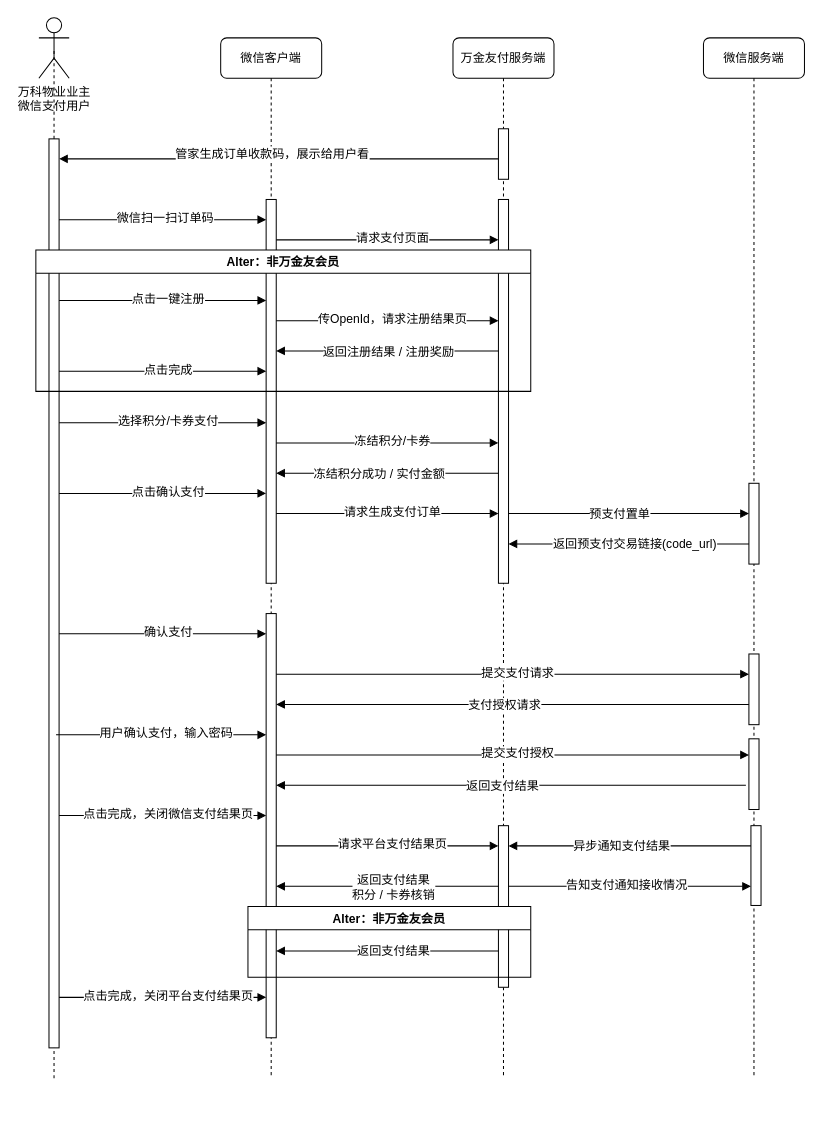
Before: page "场景4-客户扫物业收款码支付" (4 of 4) of Member_Marketing_20191203.drawio in firefirefirewood/Hello-World, a draw.io diagram. Source tidied: cells renumbered, new cells numbered last; positions are measured from the earlier drawing's top-left corner, leaving out a move shared by most shapes. Both pictures are drawn from the tidied source at 101%, with x=0, y=0 at pixel (35, 17).
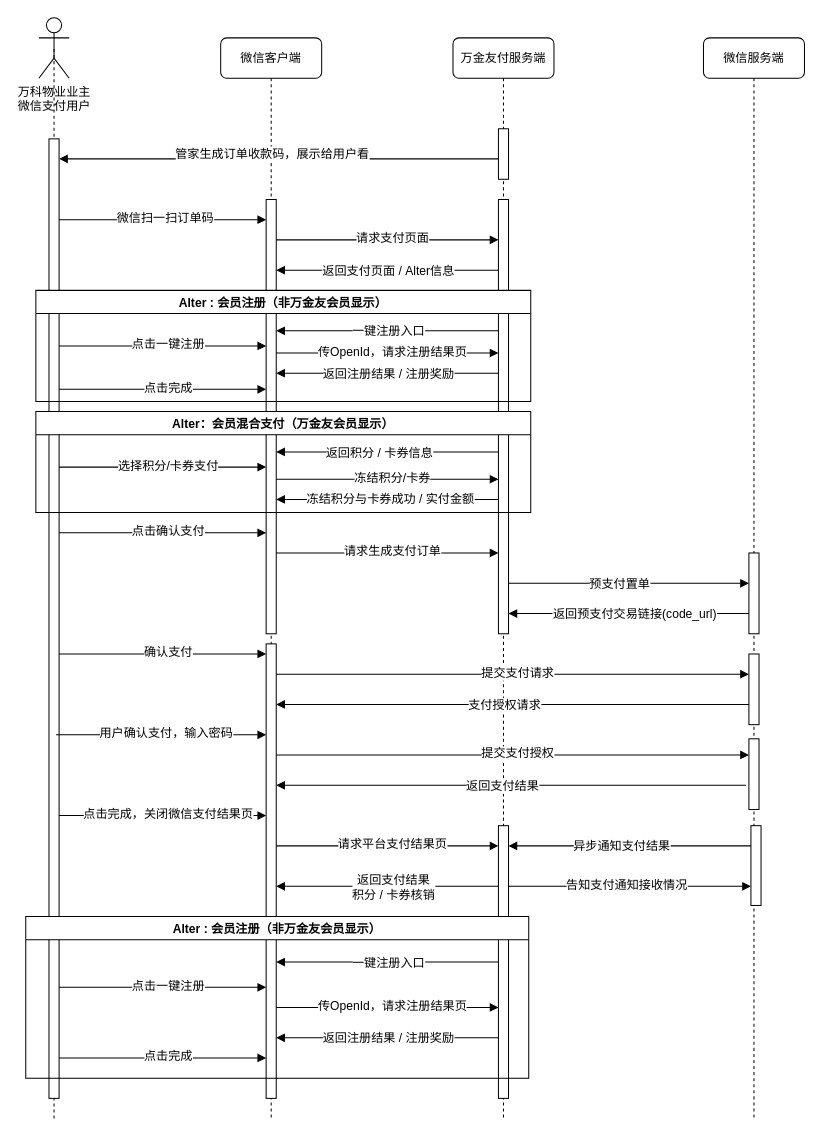
Above is the later version.

Unchanged cells that the change refers to:
```xml
<mxCell id="18" value="万科物业业主&lt;br&gt;微信支付用户" style="shape=umlActor;verticalLabelPosition=bottom;labelBackgroundColor=#ffffff;verticalAlign=top;html=1;outlineConnect=0;" parent="1" vertex="1">
  <mxGeometry x="3" width="30" height="60" as="geometry" />
</mxCell>
```

What changed in the source:
```diff
@@
     <mxCell id="2" value="万金友付服务端" style="shape=umlLifeline;perimeter=lifelinePerimeter;whiteSpace=wrap;html=1;rounded=1;shadow=0;comic=0;labelBackgroundColor=none;strokeWidth=1;fontFamily=Verdana;fontSize=12;align=center;" parent="1" vertex="1">
-      <mxGeometry x="413" y="20" width="100" height="1030" as="geometry" />
+      <mxGeometry x="413" y="20" width="100" height="1070" as="geometry" />
     </mxCell>
@@
     <mxCell id="4" style="html=1;points=[];perimeter=orthogonalPerimeter;rounded=0;shadow=0;comic=0;labelBackgroundColor=none;strokeWidth=1;fontFamily=Verdana;fontSize=12;align=center;" parent="2" vertex="1">
-      <mxGeometry x="45" y="160" width="10" height="380" as="geometry" />
+      <mxGeometry x="45" y="160" width="10" height="430" as="geometry" />
     </mxCell>
     <mxCell id="5" style="html=1;points=[];perimeter=orthogonalPerimeter;rounded=0;shadow=0;comic=0;labelBackgroundColor=none;strokeWidth=1;fontFamily=Verdana;fontSize=12;align=center;" parent="2" vertex="1">
-      <mxGeometry x="45" y="780" width="10" height="160" as="geometry" />
+      <mxGeometry x="45" y="780" width="10" height="270" as="geometry" />
     </mxCell>
     <mxCell id="6" value="微信服务端" style="shape=umlLifeline;perimeter=lifelinePerimeter;whiteSpace=wrap;html=1;rounded=1;shadow=0;comic=0;labelBackgroundColor=none;strokeWidth=1;fontFamily=Verdana;fontSize=12;align=center;" parent="1" vertex="1">
-      <mxGeometry x="661" y="20" width="100" height="1030" as="geometry" />
+      <mxGeometry x="661" y="20" width="100" height="1070" as="geometry" />
     </mxCell>
@@
     <mxCell id="10" style="html=1;points=[];perimeter=orthogonalPerimeter;rounded=0;shadow=0;comic=0;labelBackgroundColor=none;strokeWidth=1;fontFamily=Verdana;fontSize=12;align=center;" parent="6" vertex="1">
-      <mxGeometry x="45" y="441" width="10" height="80" as="geometry" />
+      <mxGeometry x="45" y="510" width="10" height="80" as="geometry" />
     </mxCell>
     <mxCell id="11" value="微信客户端" style="shape=umlLifeline;perimeter=lifelinePerimeter;whiteSpace=wrap;html=1;rounded=1;shadow=0;comic=0;labelBackgroundColor=none;strokeWidth=1;fontFamily=Verdana;fontSize=12;align=center;" parent="1" vertex="1">
-      <mxGeometry x="183" y="20" width="100" height="1030" as="geometry" />
+      <mxGeometry x="183" y="20" width="100" height="1070" as="geometry" />
     </mxCell>
     <mxCell id="12" style="html=1;points=[];perimeter=orthogonalPerimeter;rounded=0;shadow=0;comic=0;labelBackgroundColor=none;strokeWidth=1;fontFamily=Verdana;fontSize=12;align=center;" parent="11" vertex="1">
-      <mxGeometry x="45" y="160" width="10" height="380" as="geometry" />
+      <mxGeometry x="45" y="160" width="10" height="430" as="geometry" />
     </mxCell>
     <mxCell id="13" style="html=1;points=[];perimeter=orthogonalPerimeter;rounded=0;shadow=0;comic=0;labelBackgroundColor=none;strokeWidth=1;fontFamily=Verdana;fontSize=12;align=center;" parent="11" vertex="1">
-      <mxGeometry x="45" y="570" width="10" height="420" as="geometry" />
+      <mxGeometry x="45" y="600" width="10" height="450" as="geometry" />
     </mxCell>
@@
     <mxCell id="19" style="endArrow=none;dashed=1;html=1;strokeColor=#000000;entryX=0.5;entryY=0.5;entryDx=0;entryDy=0;entryPerimeter=0;" parent="1" edge="1" target="18">
       <mxGeometry relative="1" as="geometry">
-        <mxPoint x="18" y="1050" as="sourcePoint" />
+        <mxPoint x="18" y="1090" as="sourcePoint" />
       </mxGeometry>
     </mxCell>
     <mxCell id="20" style="html=1;points=[];perimeter=orthogonalPerimeter;rounded=0;shadow=0;comic=0;labelBackgroundColor=none;strokeWidth=1;fontFamily=Verdana;fontSize=12;align=center;" parent="1" vertex="1">
-      <mxGeometry x="13" y="120" width="10" height="900" as="geometry" />
+      <mxGeometry x="13" y="120" width="10" height="950" as="geometry" />
     </mxCell>
-    <mxCell id="21" style="html=1;verticalAlign=bottom;endArrow=block;labelBackgroundColor=none;fontFamily=Verdana;fontSize=12;elbow=vertical;" parent="1" edge="1">
-      <mxGeometry relative="1" as="geometry">
-        <mxPoint x="238" y="421" as="sourcePoint" />
-        <mxPoint x="458" y="421" as="targetPoint" />
-        <Array as="points">
-          <mxPoint x="420" y="421" />
-        </Array>
-      </mxGeometry>
-    </mxCell>
-    <mxCell id="22" value="冻结积分/卡券" style="text;html=1;align=center;verticalAlign=middle;labelBackgroundColor=#ffffff;" parent="21" vertex="1">
-      <mxGeometry y="-10" relative="1" as="geometry">
-        <mxPoint x="4.5" y="-12" as="offset" />
-      </mxGeometry>
-    </mxCell>
-    <mxCell id="23" style="html=1;verticalAlign=bottom;endArrow=block;labelBackgroundColor=none;fontFamily=Verdana;fontSize=12;elbow=vertical;" parent="1" edge="1">
-      <mxGeometry relative="1" as="geometry">
-        <mxPoint x="458" y="451" as="sourcePoint" />
-        <mxPoint x="238" y="451" as="targetPoint" />
-        <Array as="points">
-          <mxPoint x="260" y="451" />
-        </Array>
-      </mxGeometry>
-    </mxCell>
-    <mxCell id="24" value="冻结积分成功 /&amp;nbsp;实付金额" style="text;html=1;align=center;verticalAlign=middle;labelBackgroundColor=#ffffff;" parent="23" vertex="1">
-      <mxGeometry y="-10" relative="1" as="geometry">
-        <mxPoint x="-9" y="10" as="offset" />
-      </mxGeometry>
-    </mxCell>
     <mxCell id="25" style="html=1;verticalAlign=bottom;endArrow=block;labelBackgroundColor=none;fontFamily=Verdana;fontSize=12;elbow=vertical;" parent="1" edge="1">
       <mxGeometry relative="1" as="geometry">
-        <mxPoint x="468" y="491" as="sourcePoint" />
-        <mxPoint x="706" y="491" as="targetPoint" />
+        <mxPoint x="468" y="560" as="sourcePoint" />
+        <mxPoint x="706" y="560" as="targetPoint" />
         <Array as="points">
-          <mxPoint x="640" y="491" />
+          <mxPoint x="640" y="560" />
         </Array>
       </mxGeometry>
     </mxCell>
@@
     <mxCell id="27" style="html=1;verticalAlign=bottom;endArrow=block;labelBackgroundColor=none;fontFamily=Verdana;fontSize=12;elbow=vertical;" parent="1" edge="1" source="10">
       <mxGeometry relative="1" as="geometry">
-        <mxPoint x="468" y="521" as="targetPoint" />
+        <mxPoint x="468" y="590" as="targetPoint" />
       </mxGeometry>
     </mxCell>
@@
-    <mxCell id="49" style="html=1;verticalAlign=bottom;endArrow=block;labelBackgroundColor=none;fontFamily=Verdana;fontSize=12;elbow=vertical;" parent="1" edge="1">
-      <mxGeometry relative="1" as="geometry">
-        <mxPoint x="23" y="970" as="sourcePoint" />
-        <mxPoint x="228" y="970" as="targetPoint" />
-      </mxGeometry>
-    </mxCell>
-    <mxCell id="50" value="点击完成，关闭平台支付结果页" style="text;html=1;align=center;verticalAlign=middle;labelBackgroundColor=#ffffff;" parent="49" vertex="1">
-      <mxGeometry y="-10" relative="1" as="geometry">
-        <mxPoint x="4.5" y="-12" as="offset" />
-      </mxGeometry>
-    </mxCell>
-    <mxCell id="51" style="html=1;verticalAlign=bottom;endArrow=block;labelBackgroundColor=none;fontFamily=Verdana;fontSize=12;elbow=vertical;" parent="1" edge="1">
-      <mxGeometry relative="1" as="geometry">
-        <mxPoint x="23" y="401" as="sourcePoint" />
-        <mxPoint x="228" y="401" as="targetPoint" />
-        <Array as="points">
-          <mxPoint x="80" y="401" />
-        </Array>
-      </mxGeometry>
-    </mxCell>
-    <mxCell id="52" value="选择积分/卡券支付" style="text;html=1;align=center;verticalAlign=middle;labelBackgroundColor=#ffffff;" parent="51" vertex="1">
-      <mxGeometry y="-10" relative="1" as="geometry">
-        <mxPoint x="4.5" y="-12" as="offset" />
-      </mxGeometry>
-    </mxCell>
@@
-    <mxCell id="55" style="html=1;verticalAlign=bottom;endArrow=block;labelBackgroundColor=none;fontFamily=Verdana;fontSize=12;elbow=vertical;" parent="1" edge="1" target="13">
+    <mxCell id="55" style="html=1;verticalAlign=bottom;endArrow=block;labelBackgroundColor=none;fontFamily=Verdana;fontSize=12;elbow=vertical;" parent="1" edge="1">
       <mxGeometry relative="1" as="geometry">
-        <mxPoint x="23" y="610" as="sourcePoint" />
-        <Array as="points">
-          <mxPoint x="180" y="610" />
-        </Array>
+        <mxPoint x="23" y="630" as="sourcePoint" />
+        <mxPoint x="228" y="630" as="targetPoint" />
       </mxGeometry>
     </mxCell>
@@
     <mxCell id="57" style="html=1;verticalAlign=bottom;endArrow=block;labelBackgroundColor=none;fontFamily=Verdana;fontSize=12;elbow=vertical;" parent="1" edge="1">
       <mxGeometry relative="1" as="geometry">
-        <mxPoint x="23" y="471" as="sourcePoint" />
-        <mxPoint x="228" y="471" as="targetPoint" />
+        <mxPoint x="23" y="510" as="sourcePoint" />
+        <mxPoint x="228" y="510" as="targetPoint" />
         <Array as="points">
-          <mxPoint x="180" y="471" />
+          <mxPoint x="180" y="510" />
         </Array>
       </mxGeometry>
     </mxCell>
@@
     <mxCell id="59" style="html=1;verticalAlign=bottom;endArrow=block;labelBackgroundColor=none;fontFamily=Verdana;fontSize=12;elbow=vertical;" parent="1" edge="1">
       <mxGeometry relative="1" as="geometry">
-        <mxPoint x="238" y="491" as="sourcePoint" />
-        <mxPoint x="458" y="491" as="targetPoint" />
+        <mxPoint x="238" y="530" as="sourcePoint" />
+        <mxPoint x="458" y="530" as="targetPoint" />
       </mxGeometry>
     </mxCell>
@@
-    <mxCell id="61" value="Alter：非万金友会员" style="swimlane;" parent="1" vertex="1">
-      <mxGeometry y="230" width="490" height="140" as="geometry" />
+    <mxCell id="61" value="Alter : 会员注册（非万金友会员显示）" style="swimlane;" parent="1" vertex="1">
+      <mxGeometry y="270" width="490" height="110" as="geometry" />
     </mxCell>
+    <mxCell id="66" style="html=1;verticalAlign=bottom;endArrow=block;labelBackgroundColor=none;fontFamily=Verdana;fontSize=12;elbow=vertical;" parent="61" edge="1">
+      <mxGeometry relative="1" as="geometry">
+        <mxPoint x="458" y="82" as="sourcePoint" />
+        <mxPoint x="238" y="82" as="targetPoint" />
+        <Array as="points">
+          <mxPoint x="270" y="82" />
+        </Array>
+      </mxGeometry>
+    </mxCell>
+    <mxCell id="67" value="返回注册结果 /&amp;nbsp;注册奖励" style="text;html=1;align=center;verticalAlign=middle;labelBackgroundColor=#ffffff;" parent="66" vertex="1">
+      <mxGeometry y="-10" relative="1" as="geometry">
+        <mxPoint y="10" as="offset" />
+      </mxGeometry>
+    </mxCell>
+    <mxCell id="68" style="html=1;verticalAlign=bottom;endArrow=block;labelBackgroundColor=none;fontFamily=Verdana;fontSize=12;elbow=vertical;" parent="61" edge="1">
+      <mxGeometry relative="1" as="geometry">
+        <mxPoint x="23" y="98" as="sourcePoint" />
+        <mxPoint x="228" y="98" as="targetPoint" />
+        <Array as="points">
+          <mxPoint x="190" y="98" />
+        </Array>
+      </mxGeometry>
+    </mxCell>
+    <mxCell id="69" value="点击完成" style="text;html=1;align=center;verticalAlign=middle;labelBackgroundColor=#ffffff;" parent="68" vertex="1">
+      <mxGeometry y="-10" relative="1" as="geometry">
+        <mxPoint x="4.5" y="-12" as="offset" />
+      </mxGeometry>
+    </mxCell>
+    <mxCell id="73" style="html=1;verticalAlign=bottom;endArrow=block;labelBackgroundColor=none;fontFamily=Verdana;fontSize=12;elbow=vertical;" parent="61" edge="1">
+      <mxGeometry relative="1" as="geometry">
+        <mxPoint x="458" y="40" as="sourcePoint" />
+        <mxPoint x="238" y="40" as="targetPoint" />
+        <Array as="points">
+          <mxPoint x="270" y="40" />
+        </Array>
+      </mxGeometry>
+    </mxCell>
+    <mxCell id="74" value="一键注册入口" style="text;html=1;align=center;verticalAlign=middle;labelBackgroundColor=#ffffff;" parent="73" vertex="1">
+      <mxGeometry y="-10" relative="1" as="geometry">
+        <mxPoint y="10" as="offset" />
+      </mxGeometry>
+    </mxCell>
-    <mxCell id="62" style="html=1;verticalAlign=bottom;endArrow=block;labelBackgroundColor=none;fontFamily=Verdana;fontSize=12;elbow=vertical;" parent="1" edge="1" source="20" target="12">
+    <mxCell id="62" style="html=1;verticalAlign=bottom;endArrow=block;labelBackgroundColor=none;fontFamily=Verdana;fontSize=12;elbow=vertical;" parent="1" edge="1">
       <mxGeometry relative="1" as="geometry">
+        <mxPoint x="23" y="325" as="sourcePoint" />
+        <mxPoint x="228" y="325" as="targetPoint" />
         <Array as="points">
-          <mxPoint x="200" y="280" />
+          <mxPoint x="200" y="325" />
         </Array>
       </mxGeometry>
     </mxCell>
@@
-    <mxCell id="64" style="html=1;verticalAlign=bottom;endArrow=block;labelBackgroundColor=none;fontFamily=Verdana;fontSize=12;elbow=vertical;" parent="1" edge="1" source="12" target="4">
+    <mxCell id="64" style="html=1;verticalAlign=bottom;endArrow=block;labelBackgroundColor=none;fontFamily=Verdana;fontSize=12;elbow=vertical;" parent="1" edge="1">
       <mxGeometry relative="1" as="geometry">
+        <mxPoint x="238" y="332" as="sourcePoint" />
+        <mxPoint x="458" y="332" as="targetPoint" />
         <Array as="points">
-          <mxPoint x="260" y="300" />
+          <mxPoint x="260" y="332" />
         </Array>
       </mxGeometry>
     </mxCell>
@@
-    <mxCell id="66" style="html=1;verticalAlign=bottom;endArrow=block;labelBackgroundColor=none;fontFamily=Verdana;fontSize=12;elbow=vertical;" parent="1" edge="1" source="4" target="12">
-      <mxGeometry relative="1" as="geometry">
-        <Array as="points">
-          <mxPoint x="270" y="330" />
-        </Array>
-      </mxGeometry>
-    </mxCell>
-    <mxCell id="67" value="返回注册结果 /&amp;nbsp;注册奖励" style="text;html=1;align=center;verticalAlign=middle;labelBackgroundColor=#ffffff;" parent="66" vertex="1">
-      <mxGeometry y="-10" relative="1" as="geometry">
-        <mxPoint y="10" as="offset" />
-      </mxGeometry>
-    </mxCell>
-    <mxCell id="68" style="html=1;verticalAlign=bottom;endArrow=block;labelBackgroundColor=none;fontFamily=Verdana;fontSize=12;elbow=vertical;" parent="1" edge="1" source="20" target="12">
-      <mxGeometry relative="1" as="geometry">
-        <Array as="points">
-          <mxPoint x="190" y="350" />
-        </Array>
-      </mxGeometry>
-    </mxCell>
-    <mxCell id="69" value="点击完成" style="text;html=1;align=center;verticalAlign=middle;labelBackgroundColor=#ffffff;" parent="68" vertex="1">
-      <mxGeometry y="-10" relative="1" as="geometry">
-        <mxPoint x="4.5" y="-12" as="offset" />
-      </mxGeometry>
-    </mxCell>
-    <mxCell id="70" value="Alter：非万金友会员" style="swimlane;" parent="1" vertex="1">
-      <mxGeometry x="210" y="880" width="280" height="70" as="geometry" />
-    </mxCell>
-    <mxCell id="71" style="html=1;verticalAlign=bottom;endArrow=block;labelBackgroundColor=none;fontFamily=Verdana;fontSize=12;elbow=vertical;" parent="70" edge="1">
-      <mxGeometry relative="1" as="geometry">
-        <mxPoint x="248" y="44" as="sourcePoint" />
-        <mxPoint x="28" y="44" as="targetPoint" />
-        <Array as="points">
-          <mxPoint x="220" y="44" />
-        </Array>
-      </mxGeometry>
-    </mxCell>
-    <mxCell id="72" value="返回支付结果" style="text;html=1;align=center;verticalAlign=middle;labelBackgroundColor=#ffffff;" parent="71" vertex="1">
-      <mxGeometry y="-10" relative="1" as="geometry">
-        <mxPoint x="5.5" y="10" as="offset" />
-      </mxGeometry>
-    </mxCell>
+    <mxCell id="75" style="html=1;verticalAlign=bottom;endArrow=block;labelBackgroundColor=none;fontFamily=Verdana;fontSize=12;elbow=vertical;" parent="1" edge="1" source="5" target="13">
+      <mxGeometry relative="1" as="geometry" />
+    </mxCell>
+    <mxCell id="76" value="一键注册入口" style="text;html=1;align=center;verticalAlign=middle;labelBackgroundColor=#ffffff;" parent="75" vertex="1">
+      <mxGeometry y="-10" relative="1" as="geometry">
+        <mxPoint y="10" as="offset" />
+      </mxGeometry>
+    </mxCell>
+    <mxCell id="77" style="html=1;verticalAlign=bottom;endArrow=block;labelBackgroundColor=none;fontFamily=Verdana;fontSize=12;elbow=vertical;" parent="1" edge="1" source="13" target="5">
+      <mxGeometry relative="1" as="geometry">
+        <Array as="points">
+          <mxPoint x="430" y="980" />
+        </Array>
+      </mxGeometry>
+    </mxCell>
+    <mxCell id="78" value="传OpenId，请求注册结果页" style="text;html=1;align=center;verticalAlign=middle;labelBackgroundColor=#ffffff;" parent="77" vertex="1">
+      <mxGeometry y="-10" relative="1" as="geometry">
+        <mxPoint x="4.5" y="-12" as="offset" />
+      </mxGeometry>
+    </mxCell>
+    <mxCell id="79" style="html=1;verticalAlign=bottom;endArrow=block;labelBackgroundColor=none;fontFamily=Verdana;fontSize=12;elbow=vertical;" parent="1" edge="1" source="5" target="13">
+      <mxGeometry relative="1" as="geometry">
+        <Array as="points">
+          <mxPoint x="430" y="1010" />
+        </Array>
+      </mxGeometry>
+    </mxCell>
+    <mxCell id="80" value="返回注册结果 /&amp;nbsp;注册奖励" style="text;html=1;align=center;verticalAlign=middle;labelBackgroundColor=#ffffff;" parent="79" vertex="1">
+      <mxGeometry y="-10" relative="1" as="geometry">
+        <mxPoint y="10" as="offset" />
+      </mxGeometry>
+    </mxCell>
+    <mxCell id="81" style="html=1;verticalAlign=bottom;endArrow=block;labelBackgroundColor=none;fontFamily=Verdana;fontSize=12;elbow=vertical;" parent="1" edge="1" source="20" target="13">
+      <mxGeometry relative="1" as="geometry">
+        <Array as="points">
+          <mxPoint x="190" y="1030" />
+        </Array>
+      </mxGeometry>
+    </mxCell>
+    <mxCell id="82" value="点击完成" style="text;html=1;align=center;verticalAlign=middle;labelBackgroundColor=#ffffff;" parent="81" vertex="1">
+      <mxGeometry y="-10" relative="1" as="geometry">
+        <mxPoint x="4.5" y="-12" as="offset" />
+      </mxGeometry>
+    </mxCell>
+    <mxCell id="83" value="Alter : 会员注册（非万金友会员显示）" style="swimlane;" parent="1" vertex="1">
+      <mxGeometry x="-10" y="890" width="498" height="160" as="geometry" />
+    </mxCell>
+    <mxCell id="84" style="html=1;verticalAlign=bottom;endArrow=block;labelBackgroundColor=none;fontFamily=Verdana;fontSize=12;elbow=vertical;" parent="83" edge="1">
+      <mxGeometry relative="1" as="geometry">
+        <mxPoint x="33" y="70" as="sourcePoint" />
+        <mxPoint x="238" y="70" as="targetPoint" />
+      </mxGeometry>
+    </mxCell>
+    <mxCell id="85" value="点击一键注册" style="text;html=1;align=center;verticalAlign=middle;labelBackgroundColor=#ffffff;" parent="84" vertex="1">
+      <mxGeometry y="-10" relative="1" as="geometry">
+        <mxPoint x="4.5" y="-12" as="offset" />
+      </mxGeometry>
+    </mxCell>
+    <mxCell id="86" value="Alter：会员混合支付（万金友会员显示）" style="swimlane;startSize=23;" parent="1" vertex="1">
+      <mxGeometry y="390" width="490" height="100" as="geometry" />
+    </mxCell>
+    <mxCell id="21" style="html=1;verticalAlign=bottom;endArrow=block;labelBackgroundColor=none;fontFamily=Verdana;fontSize=12;elbow=vertical;" parent="86" edge="1">
+      <mxGeometry relative="1" as="geometry">
+        <mxPoint x="238" y="67" as="sourcePoint" />
+        <mxPoint x="458" y="67" as="targetPoint" />
+        <Array as="points">
+          <mxPoint x="420" y="67" />
+        </Array>
+      </mxGeometry>
+    </mxCell>
+    <mxCell id="22" value="冻结积分/卡券" style="text;html=1;align=center;verticalAlign=middle;labelBackgroundColor=#ffffff;" parent="21" vertex="1">
+      <mxGeometry y="-10" relative="1" as="geometry">
+        <mxPoint x="4.5" y="-12" as="offset" />
+      </mxGeometry>
+    </mxCell>
+    <mxCell id="23" style="html=1;verticalAlign=bottom;endArrow=block;labelBackgroundColor=none;fontFamily=Verdana;fontSize=12;elbow=vertical;" parent="86" edge="1">
+      <mxGeometry relative="1" as="geometry">
+        <mxPoint x="458" y="87" as="sourcePoint" />
+        <mxPoint x="238" y="87" as="targetPoint" />
+        <Array as="points">
+          <mxPoint x="260" y="87" />
+        </Array>
+      </mxGeometry>
+    </mxCell>
+    <mxCell id="24" value="冻结积分与卡券成功 /&amp;nbsp;实付金额" style="text;html=1;align=center;verticalAlign=middle;labelBackgroundColor=#ffffff;" parent="23" vertex="1">
+      <mxGeometry y="-10" relative="1" as="geometry">
+        <mxPoint x="2" y="9" as="offset" />
+      </mxGeometry>
+    </mxCell>
+    <mxCell id="51" style="html=1;verticalAlign=bottom;endArrow=block;labelBackgroundColor=none;fontFamily=Verdana;fontSize=12;elbow=vertical;" parent="86" edge="1">
+      <mxGeometry relative="1" as="geometry">
+        <mxPoint x="23" y="55" as="sourcePoint" />
+        <mxPoint x="228" y="55" as="targetPoint" />
+        <Array as="points">
+          <mxPoint x="80" y="55" />
+        </Array>
+      </mxGeometry>
+    </mxCell>
+    <mxCell id="52" value="选择积分/卡券支付" style="text;html=1;align=center;verticalAlign=middle;labelBackgroundColor=#ffffff;" parent="51" vertex="1">
+      <mxGeometry y="-10" relative="1" as="geometry">
+        <mxPoint x="4.5" y="-12" as="offset" />
+      </mxGeometry>
+    </mxCell>
+    <mxCell id="87" style="html=1;verticalAlign=bottom;endArrow=block;labelBackgroundColor=none;fontFamily=Verdana;fontSize=12;elbow=vertical;" parent="86" edge="1">
+      <mxGeometry relative="1" as="geometry">
+        <mxPoint x="458" y="40" as="sourcePoint" />
+        <mxPoint x="238" y="40" as="targetPoint" />
+        <Array as="points">
+          <mxPoint x="260" y="40" />
+        </Array>
+      </mxGeometry>
+    </mxCell>
+    <mxCell id="88" value="返回积分 /&amp;nbsp;卡券信息" style="text;html=1;align=center;verticalAlign=middle;labelBackgroundColor=#ffffff;" parent="87" vertex="1">
+      <mxGeometry y="-10" relative="1" as="geometry">
+        <mxPoint x="-9" y="10" as="offset" />
+      </mxGeometry>
+    </mxCell>
+    <mxCell id="89" style="html=1;verticalAlign=bottom;endArrow=block;labelBackgroundColor=none;fontFamily=Verdana;fontSize=12;elbow=vertical;" parent="1" edge="1">
+      <mxGeometry relative="1" as="geometry">
+        <mxPoint x="458" y="250" as="sourcePoint" />
+        <mxPoint x="238" y="250" as="targetPoint" />
+        <Array as="points">
+          <mxPoint x="270" y="250" />
+        </Array>
+      </mxGeometry>
+    </mxCell>
+    <mxCell id="90" value="返回支付页面 /&amp;nbsp;Alter信息" style="text;html=1;align=center;verticalAlign=middle;labelBackgroundColor=#ffffff;" parent="89" vertex="1">
+      <mxGeometry y="-10" relative="1" as="geometry">
+        <mxPoint y="10" as="offset" />
+      </mxGeometry>
+    </mxCell>
```
